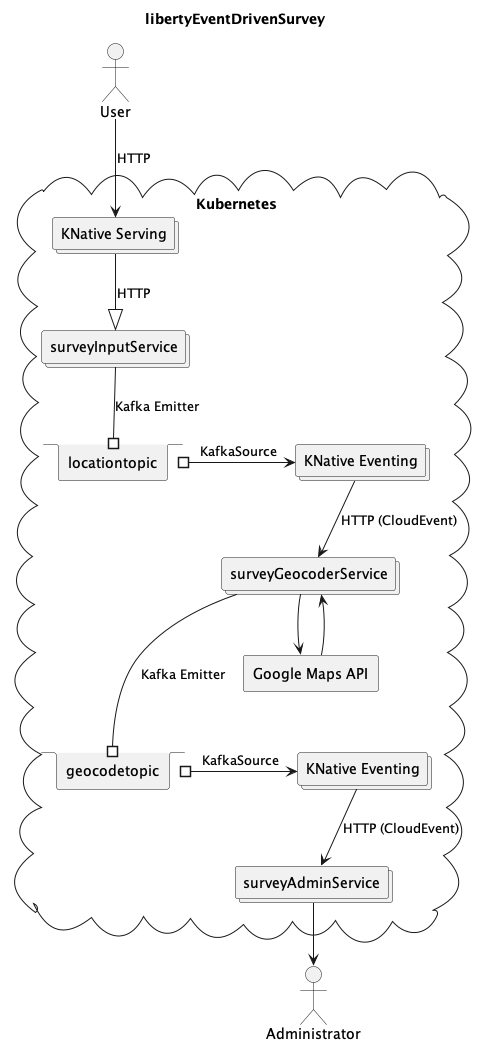
Above: doc/libertyEventDrivenSurvey-location.png in IBM/libertyEventDrivenSurvey (PlantUML), before the change.
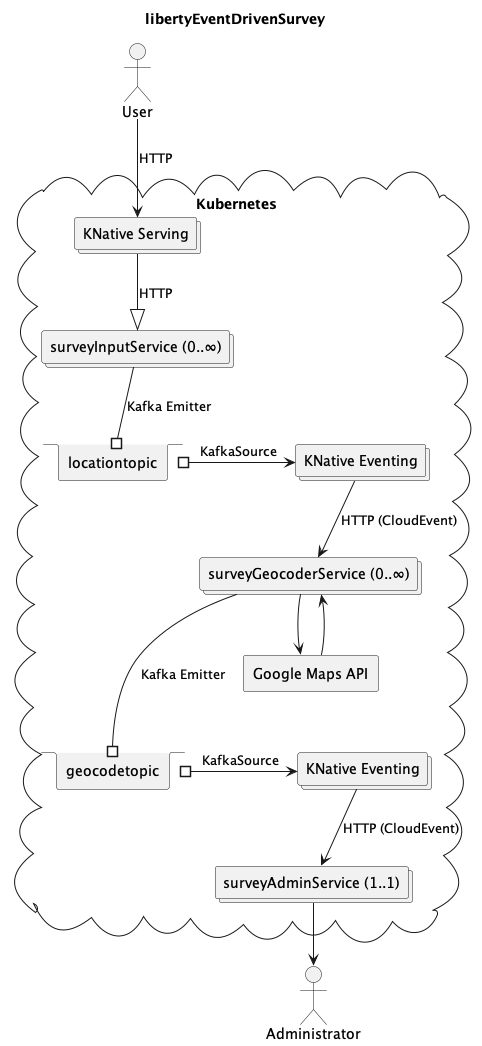
After the change.

Change to the diagram source:
```diff
@@ -11,14 +11,14 @@
 
 cloud kubernetes as "Kubernetes" {
   collections knativeServing1 as "KNative Serving"
-  collections surveyInputService
+  collections surveyInputService as "surveyInputService (0..∞)"
   stack locationtopic
   collections knativeServing2 as "KNative Eventing"
-  collections surveyGeocoderService
+  collections surveyGeocoderService as "surveyGeocoderService (0..∞)"
   rectangle googleMaps as "Google Maps API"
   stack geocodetopic
   collections knativeServing3 as "KNative Eventing"
-  collections surveyAdminService
+  collections surveyAdminService as "surveyAdminService (1..1)"
 }
 
 user --> knativeServing1 : HTTP
```
